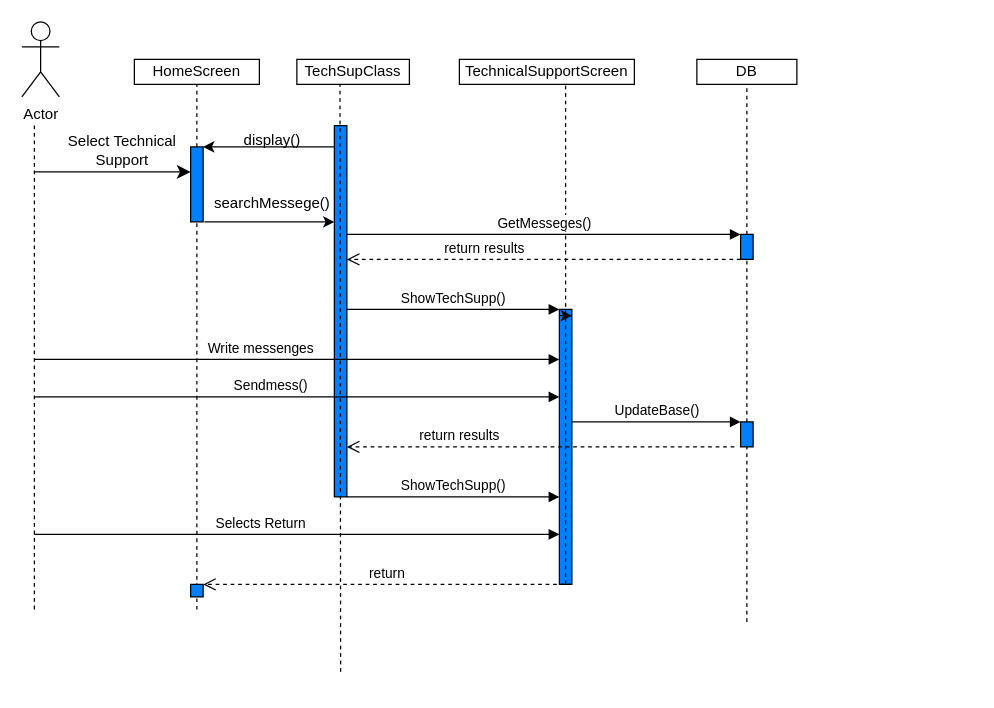
Before: SEQUENCE/Technical Support user sequence.drawio in EliasPapagelis/Smart-Park-TL, a draw.io diagram. Source tidied: cells renumbered, new cells numbered last; positions are measured from the earlier drawing's top-left corner, leaving out a move shared by most shapes. Both pictures are drawn from the tidied source at 125%, with x=0, y=0 at pixel (21, 21).
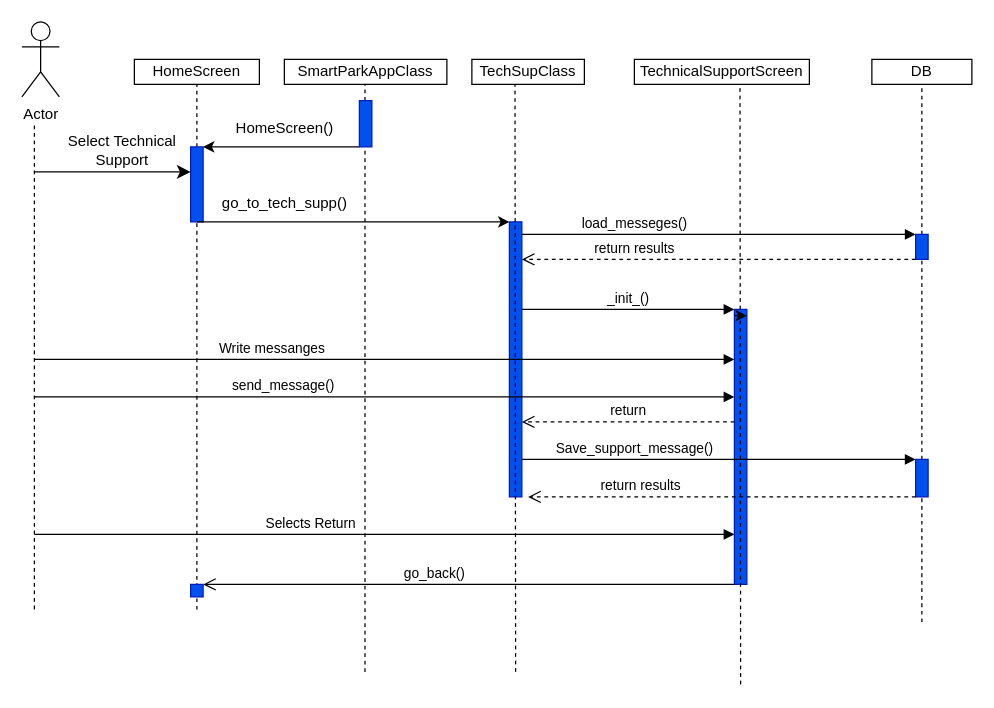
The same diagram, later.

Commit message (it also covers changes not shown here):
prwtes allages sequence

Diff of the diagram source:
```diff
@@
     <mxCell id="3" value="TechSupClass" style="html=1;whiteSpace=wrap;" parent="1" vertex="1">
-      <mxGeometry x="220" y="30" width="90" height="20" as="geometry" />
+      <mxGeometry x="360" y="30" width="90" height="20" as="geometry" />
     </mxCell>
     <mxCell id="4" value="TechnicalSupportScreen" style="html=1;whiteSpace=wrap;" parent="1" vertex="1">
-      <mxGeometry x="350" y="30" width="140" height="20" as="geometry" />
+      <mxGeometry x="490" y="30" width="140" height="20" as="geometry" />
     </mxCell>
     <mxCell id="5" value="DB" style="html=1;whiteSpace=wrap;" parent="1" vertex="1">
-      <mxGeometry x="540" y="30" width="80" height="20" as="geometry" />
+      <mxGeometry x="680" y="30" width="80" height="20" as="geometry" />
     </mxCell>
@@
     <mxCell id="9" style="endArrow=none;dashed=1;html=1;rounded=0;fontSize=12;startSize=8;endSize=8;curved=1;" parent="1" edge="1" source="25">
       <mxGeometry relative="1" as="geometry">
-        <mxPoint x="580" y="50" as="targetPoint" />
+        <mxPoint x="720" y="50" as="targetPoint" />
       </mxGeometry>
     </mxCell>
@@
-    <mxCell id="11" style="html=1;points=[[0,0,0,0,5],[0,1,0,0,-5],[1,0,0,0,5],[1,1,0,0,-5]];perimeter=orthogonalPerimeter;outlineConnect=0;targetShapes=umlLifeline;portConstraint=eastwest;newEdgeStyle={&quot;curved&quot;:0,&quot;rounded&quot;:0};fillColor=#007FFF;" parent="1" vertex="1">
+    <mxCell id="11" style="html=1;points=[[0,0,0,0,5],[0,1,0,0,-5],[1,0,0,0,5],[1,1,0,0,-5]];perimeter=orthogonalPerimeter;outlineConnect=0;targetShapes=umlLifeline;portConstraint=eastwest;newEdgeStyle={&quot;curved&quot;:0,&quot;rounded&quot;:0};fillColor=#0050ef;fontColor=#ffffff;strokeColor=#001DBC;" parent="1" vertex="1">
       <mxGeometry x="135" y="100" width="10" height="60" as="geometry" />
     </mxCell>
-    <mxCell id="12" style="html=1;points=[[0,0,0,0,5],[0,1,0,0,-5],[1,0,0,0,5],[1,1,0,0,-5]];perimeter=orthogonalPerimeter;outlineConnect=0;targetShapes=umlLifeline;portConstraint=eastwest;newEdgeStyle={&quot;curved&quot;:0,&quot;rounded&quot;:0};fillColor=#007FFF;" parent="1" vertex="1">
-      <mxGeometry x="250" y="83" width="10" height="297" as="geometry" />
+    <mxCell id="12" style="html=1;points=[[0,0,0,0,5],[0,1,0,0,-5],[1,0,0,0,5],[1,1,0,0,-5]];perimeter=orthogonalPerimeter;outlineConnect=0;targetShapes=umlLifeline;portConstraint=eastwest;newEdgeStyle={&quot;curved&quot;:0,&quot;rounded&quot;:0};fillColor=#0050ef;fontColor=#ffffff;strokeColor=#001DBC;" parent="1" vertex="1">
+      <mxGeometry x="390" y="160" width="10" height="220" as="geometry" />
     </mxCell>
-    <mxCell id="13" style="html=1;points=[[0,0,0,0,5],[0,1,0,0,-5],[1,0,0,0,5],[1,1,0,0,-5]];perimeter=orthogonalPerimeter;outlineConnect=0;targetShapes=umlLifeline;portConstraint=eastwest;newEdgeStyle={&quot;curved&quot;:0,&quot;rounded&quot;:0};fillColor=#007FFF;" parent="1" vertex="1">
-      <mxGeometry x="430" y="230" width="10" height="220" as="geometry" />
+    <mxCell id="13" style="html=1;points=[[0,0,0,0,5],[0,1,0,0,-5],[1,0,0,0,5],[1,1,0,0,-5]];perimeter=orthogonalPerimeter;outlineConnect=0;targetShapes=umlLifeline;portConstraint=eastwest;newEdgeStyle={&quot;curved&quot;:0,&quot;rounded&quot;:0};fillColor=#0050ef;fontColor=#ffffff;strokeColor=#001DBC;" parent="1" vertex="1">
+      <mxGeometry x="570" y="230" width="10" height="220" as="geometry" />
     </mxCell>
@@
-    <mxCell id="16" style="endArrow=classic;html=1;rounded=0;entryX=1;entryY=0;entryDx=0;entryDy=5;entryPerimeter=0;" parent="1" edge="1" source="12">
+    <mxCell id="16" style="endArrow=classic;html=1;rounded=0;entryX=1;entryY=0;entryDx=0;entryDy=5;entryPerimeter=0;" parent="1" edge="1">
       <mxGeometry relative="1" as="geometry">
+        <mxPoint x="270" y="100" as="sourcePoint" />
         <mxPoint x="145" y="100" as="targetPoint" />
       </mxGeometry>
     </mxCell>
-    <mxCell id="17" value="display()" style="text;html=1;align=center;verticalAlign=middle;strokeColor=none;fillColor=none;" parent="1" vertex="1">
-      <mxGeometry x="165" y="80" width="70" height="30" as="geometry" />
+    <mxCell id="17" value="HomeScreen()" style="text;html=1;align=center;verticalAlign=middle;strokeColor=none;fillColor=none;" parent="1" vertex="1">
+      <mxGeometry x="160" y="70" width="100" height="30" as="geometry" />
     </mxCell>
-    <mxCell id="18" style="edgeStyle=none;jettySize=auto;html=1;rounded=0;" parent="1" edge="1" source="20">
+    <mxCell id="18" style="edgeStyle=none;orthogonalLoop=1;jettySize=auto;html=1;rounded=0;" parent="1" edge="1">
       <mxGeometry relative="1" as="geometry">
-        <mxPoint x="230" y="160" as="targetPoint" />
+        <mxPoint x="370" y="160" as="sourcePoint" />
+        <mxPoint x="370" y="160" as="targetPoint" />
       </mxGeometry>
     </mxCell>
-    <mxCell id="19" style="edgeStyle=none;jettySize=auto;html=1;rounded=0;" parent="1" edge="1" target="20">
-      <mxGeometry relative="1" as="geometry">
-        <mxPoint x="140" y="160" as="sourcePoint" />
-      </mxGeometry>
-    </mxCell>
-    <mxCell id="20" value="searchMessege()" style="text;html=1;align=center;verticalAlign=middle;points=[];strokeColor=none;fillColor=none;" parent="1" vertex="1">
-      <mxGeometry x="140" y="130" width="120" height="30" as="geometry" />
+    <mxCell id="20" value="go_to_tech_supp()" style="text;html=1;align=center;verticalAlign=middle;points=[];strokeColor=none;fillColor=none;" parent="1" vertex="1">
+      <mxGeometry x="150" y="130" width="120" height="30" as="geometry" />
     </mxCell>
-    <mxCell id="21" style="endArrow=none;dashed=1;html=1;rounded=0;entryX=0.607;entryY=1.05;entryDx=0;entryDy=0;entryPerimeter=0;" parent="1" edge="1" target="4">
+    <mxCell id="21" style="endArrow=none;dashed=1;html=1;rounded=0;entryX=0.607;entryY=1.05;entryDx=0;entryDy=0;entryPerimeter=0;" parent="1" edge="1">
       <mxGeometry relative="1" as="geometry">
-        <mxPoint x="435" y="450" as="sourcePoint" />
+        <mxPoint x="575" y="530" as="sourcePoint" />
+        <mxPoint x="574.5" y="51" as="targetPoint" />
       </mxGeometry>
     </mxCell>
-    <mxCell id="22" style="endArrow=classic;html=1;rounded=0;exitX=0.05;exitY=1;exitDx=0;exitDy=0;exitPerimeter=0;" parent="1" edge="1" source="20" target="12">
-      <mxGeometry relative="1" as="geometry" />
+    <mxCell id="22" style="endArrow=classic;html=1;rounded=0;" parent="1" edge="1" target="12">
+      <mxGeometry relative="1" as="geometry">
+        <mxPoint x="140" y="160" as="sourcePoint" />
+      </mxGeometry>
     </mxCell>
     <mxCell id="23" style="endArrow=none;dashed=1;html=1;rounded=0;" parent="1" edge="1">
       <mxGeometry relative="1" as="geometry">
-        <mxPoint x="255" y="520" as="sourcePoint" />
-        <mxPoint x="254.5" y="50" as="targetPoint" />
+        <mxPoint x="395" y="520" as="sourcePoint" />
+        <mxPoint x="394.5" y="50" as="targetPoint" />
       </mxGeometry>
     </mxCell>
@@
-    <mxCell id="25" style="html=1;points=[[0,0,0,0,5],[0,1,0,0,-5],[1,0,0,0,5],[1,1,0,0,-5]];perimeter=orthogonalPerimeter;outlineConnect=0;targetShapes=umlLifeline;portConstraint=eastwest;newEdgeStyle={&quot;curved&quot;:0,&quot;rounded&quot;:0};fillColor=#007FFF;" parent="1" vertex="1">
-      <mxGeometry x="575" y="170" width="10" height="20" as="geometry" />
+    <mxCell id="25" style="html=1;points=[[0,0,0,0,5],[0,1,0,0,-5],[1,0,0,0,5],[1,1,0,0,-5]];perimeter=orthogonalPerimeter;outlineConnect=0;targetShapes=umlLifeline;portConstraint=eastwest;newEdgeStyle={&quot;curved&quot;:0,&quot;rounded&quot;:0};fillColor=#0050ef;fontColor=#ffffff;strokeColor=#001DBC;" parent="1" vertex="1">
+      <mxGeometry x="715" y="170" width="10" height="20" as="geometry" />
     </mxCell>
-    <mxCell id="26" value="ShowTechSupp()" style="html=1;verticalAlign=bottom;endArrow=block;curved=0;rounded=0;" parent="1" edge="1" target="13">
+    <mxCell id="26" value="_init_()" style="html=1;verticalAlign=bottom;endArrow=block;curved=0;rounded=0;" parent="1" edge="1" target="13">
       <mxGeometry relative="1" as="geometry">
-        <mxPoint x="260" y="230" as="sourcePoint" />
+        <mxPoint x="400" y="230" as="sourcePoint" />
       </mxGeometry>
     </mxCell>
-    <mxCell id="27" value="GetMesseges()" style="html=1;verticalAlign=bottom;endArrow=block;curved=0;rounded=0;" parent="1" edge="1" target="25">
-      <mxGeometry relative="1" as="geometry">
-        <mxPoint x="260" y="170" as="sourcePoint" />
+    <mxCell id="27" value="load_messeges()" style="html=1;verticalAlign=bottom;endArrow=block;curved=0;rounded=0;" parent="1" edge="1" target="25">
+      <mxGeometry x="-0.43" relative="1" as="geometry">
+        <mxPoint x="400" y="170" as="sourcePoint" />
       </mxGeometry>
     </mxCell>
     <mxCell id="28" value="return results" style="html=1;verticalAlign=bottom;endArrow=open;dashed=1;endSize=8;curved=0;rounded=0;" parent="1" edge="1" target="12">
-      <mxGeometry x="0.3" relative="1" as="geometry">
-        <mxPoint x="575" y="190" as="sourcePoint" />
+      <mxGeometry x="0.43" relative="1" as="geometry">
+        <mxPoint x="715" y="190" as="sourcePoint" />
       </mxGeometry>
     </mxCell>
-    <mxCell id="29" value="Write messenges" style="html=1;verticalAlign=bottom;endArrow=block;curved=0;rounded=0;" parent="1" edge="1" target="13">
-      <mxGeometry x="-0.14" relative="1" as="geometry">
+    <mxCell id="29" value="Write messanges" style="html=1;verticalAlign=bottom;endArrow=block;curved=0;rounded=0;" parent="1" edge="1" target="13">
+      <mxGeometry x="-0.32" relative="1" as="geometry">
         <mxPoint x="10" y="270" as="sourcePoint" />
       </mxGeometry>
     </mxCell>
-    <mxCell id="30" value="Sendmess()" style="html=1;verticalAlign=bottom;endArrow=block;curved=0;rounded=0;" parent="1" edge="1">
-      <mxGeometry x="-0.1" relative="1" as="geometry">
+    <mxCell id="30" value="send_message()" style="html=1;verticalAlign=bottom;endArrow=block;curved=0;rounded=0;" parent="1" edge="1">
+      <mxGeometry x="-0.29" relative="1" as="geometry">
         <mxPoint x="10" y="300" as="sourcePoint" />
-        <mxPoint x="430" y="300" as="targetPoint" />
+        <mxPoint x="570" y="300" as="targetPoint" />
       </mxGeometry>
     </mxCell>
@@
-    <mxCell id="32" value="UpdateBase()" style="html=1;verticalAlign=bottom;endArrow=block;curved=0;rounded=0;" parent="1" edge="1" target="34">
-      <mxGeometry relative="1" as="geometry">
-        <mxPoint x="440" y="320" as="sourcePoint" />
+    <mxCell id="32" value="Save_support_message()" style="html=1;verticalAlign=bottom;endArrow=block;curved=0;rounded=0;" parent="1" edge="1">
+      <mxGeometry x="-0.43" relative="1" as="geometry">
+        <mxPoint x="400" y="350" as="sourcePoint" />
+        <mxPoint x="715" y="350" as="targetPoint" />
       </mxGeometry>
     </mxCell>
     <mxCell id="33" style="endArrow=none;dashed=1;html=1;rounded=0;fontSize=12;startSize=8;endSize=8;curved=1;" parent="1" edge="1" target="34">
       <mxGeometry relative="1" as="geometry">
-        <mxPoint x="580" y="480" as="sourcePoint" />
+        <mxPoint x="720" y="480" as="sourcePoint" />
       </mxGeometry>
     </mxCell>
-    <mxCell id="34" style="html=1;points=[[0,0,0,0,5],[0,1,0,0,-5],[1,0,0,0,5],[1,1,0,0,-5]];perimeter=orthogonalPerimeter;outlineConnect=0;targetShapes=umlLifeline;portConstraint=eastwest;newEdgeStyle={&quot;curved&quot;:0,&quot;rounded&quot;:0};fillColor=#007FFF;" parent="1" vertex="1">
-      <mxGeometry x="575" y="320" width="10" height="20" as="geometry" />
+    <mxCell id="34" style="html=1;points=[[0,0,0,0,5],[0,1,0,0,-5],[1,0,0,0,5],[1,1,0,0,-5]];perimeter=orthogonalPerimeter;outlineConnect=0;targetShapes=umlLifeline;portConstraint=eastwest;newEdgeStyle={&quot;curved&quot;:0,&quot;rounded&quot;:0};fillColor=#0050ef;fontColor=#ffffff;strokeColor=#001DBC;" parent="1" vertex="1">
+      <mxGeometry x="715" y="350" width="10" height="30" as="geometry" />
     </mxCell>
-    <mxCell id="35" value="return results" style="html=1;verticalAlign=bottom;endArrow=open;dashed=1;endSize=8;curved=0;rounded=0;" parent="1" edge="1" target="12">
+    <mxCell id="35" value="return results" style="html=1;verticalAlign=bottom;endArrow=open;dashed=1;endSize=8;curved=0;rounded=0;" parent="1" edge="1">
       <mxGeometry x="0.42" relative="1" as="geometry">
-        <mxPoint x="570" y="340" as="sourcePoint" />
+        <mxPoint x="715" y="380" as="sourcePoint" />
+        <mxPoint x="405" y="380" as="targetPoint" />
       </mxGeometry>
     </mxCell>
-    <mxCell id="36" value="ShowTechSupp()" style="html=1;verticalAlign=bottom;endArrow=block;curved=0;rounded=0;" parent="1" edge="1">
-      <mxGeometry relative="1" as="geometry">
-        <mxPoint x="260" y="380" as="sourcePoint" />
-        <mxPoint x="430" y="380" as="targetPoint" />
-      </mxGeometry>
-    </mxCell>
     <mxCell id="37" value="Selects Return" style="html=1;verticalAlign=bottom;endArrow=block;curved=0;rounded=0;entryX=0;entryY=0.818;entryDx=0;entryDy=0;entryPerimeter=0;" parent="1" edge="1" target="13">
-      <mxGeometry x="-0.14" relative="1" as="geometry">
+      <mxGeometry x="-0.21" relative="1" as="geometry">
         <mxPoint x="10" y="410" as="sourcePoint" />
       </mxGeometry>
     </mxCell>
-    <mxCell id="38" value="return" style="html=1;verticalAlign=bottom;endArrow=open;dashed=1;endSize=8;curved=0;rounded=0;" parent="1" edge="1" target="39">
-      <mxGeometry relative="1" as="geometry">
-        <mxPoint x="440" y="450" as="sourcePoint" />
+    <mxCell id="38" value="go_back()" style="html=1;verticalAlign=bottom;endArrow=open;endSize=8;curved=0;rounded=0;" parent="1" edge="1" target="39">
+      <mxGeometry x="0.13" relative="1" as="geometry">
+        <mxPoint x="570" y="450" as="sourcePoint" />
       </mxGeometry>
     </mxCell>
-    <mxCell id="39" style="html=1;points=[[0,0,0,0,5],[0,1,0,0,-5],[1,0,0,0,5],[1,1,0,0,-5]];perimeter=orthogonalPerimeter;outlineConnect=0;targetShapes=umlLifeline;portConstraint=eastwest;newEdgeStyle={&quot;curved&quot;:0,&quot;rounded&quot;:0};fillColor=#007FFF;" parent="1" vertex="1">
+    <mxCell id="39" style="html=1;points=[[0,0,0,0,5],[0,1,0,0,-5],[1,0,0,0,5],[1,1,0,0,-5]];perimeter=orthogonalPerimeter;outlineConnect=0;targetShapes=umlLifeline;portConstraint=eastwest;newEdgeStyle={&quot;curved&quot;:0,&quot;rounded&quot;:0};fillColor=#0050ef;fontColor=#ffffff;strokeColor=#001DBC;" parent="1" vertex="1">
       <mxGeometry x="135" y="450" width="10" height="10" as="geometry" />
     </mxCell>
+    <mxCell id="40" value="SmartParkAppClass" style="html=1;whiteSpace=wrap;" parent="1" vertex="1">
+      <mxGeometry x="210" y="30" width="130" height="20" as="geometry" />
+    </mxCell>
+    <mxCell id="41" style="endArrow=none;dashed=1;html=1;rounded=0;" parent="1" edge="1" source="43">
+      <mxGeometry relative="1" as="geometry">
+        <mxPoint x="274.5" y="50" as="targetPoint" />
+      </mxGeometry>
+    </mxCell>
+    <mxCell id="42" style="endArrow=none;dashed=1;html=1;rounded=0;" parent="1" edge="1" target="43">
+      <mxGeometry relative="1" as="geometry">
+        <mxPoint x="274.5" y="520" as="sourcePoint" />
+      </mxGeometry>
+    </mxCell>
+    <mxCell id="43" style="html=1;points=[[0,0,0,0,5],[0,1,0,0,-5],[1,0,0,0,5],[1,1,0,0,-5]];perimeter=orthogonalPerimeter;outlineConnect=0;targetShapes=umlLifeline;portConstraint=eastwest;newEdgeStyle={&quot;curved&quot;:0,&quot;rounded&quot;:0};fillColor=#0050ef;fontColor=#ffffff;strokeColor=#001DBC;" parent="1" vertex="1">
+      <mxGeometry x="270" y="63" width="10" height="37" as="geometry" />
+    </mxCell>
+    <mxCell id="44" value="return" style="html=1;verticalAlign=bottom;endArrow=open;dashed=1;endSize=8;curved=0;rounded=0;" parent="1" edge="1">
+      <mxGeometry relative="1" as="geometry">
+        <mxPoint x="570" y="320" as="sourcePoint" />
+        <mxPoint x="400" y="320" as="targetPoint" />
+      </mxGeometry>
+    </mxCell>
```
